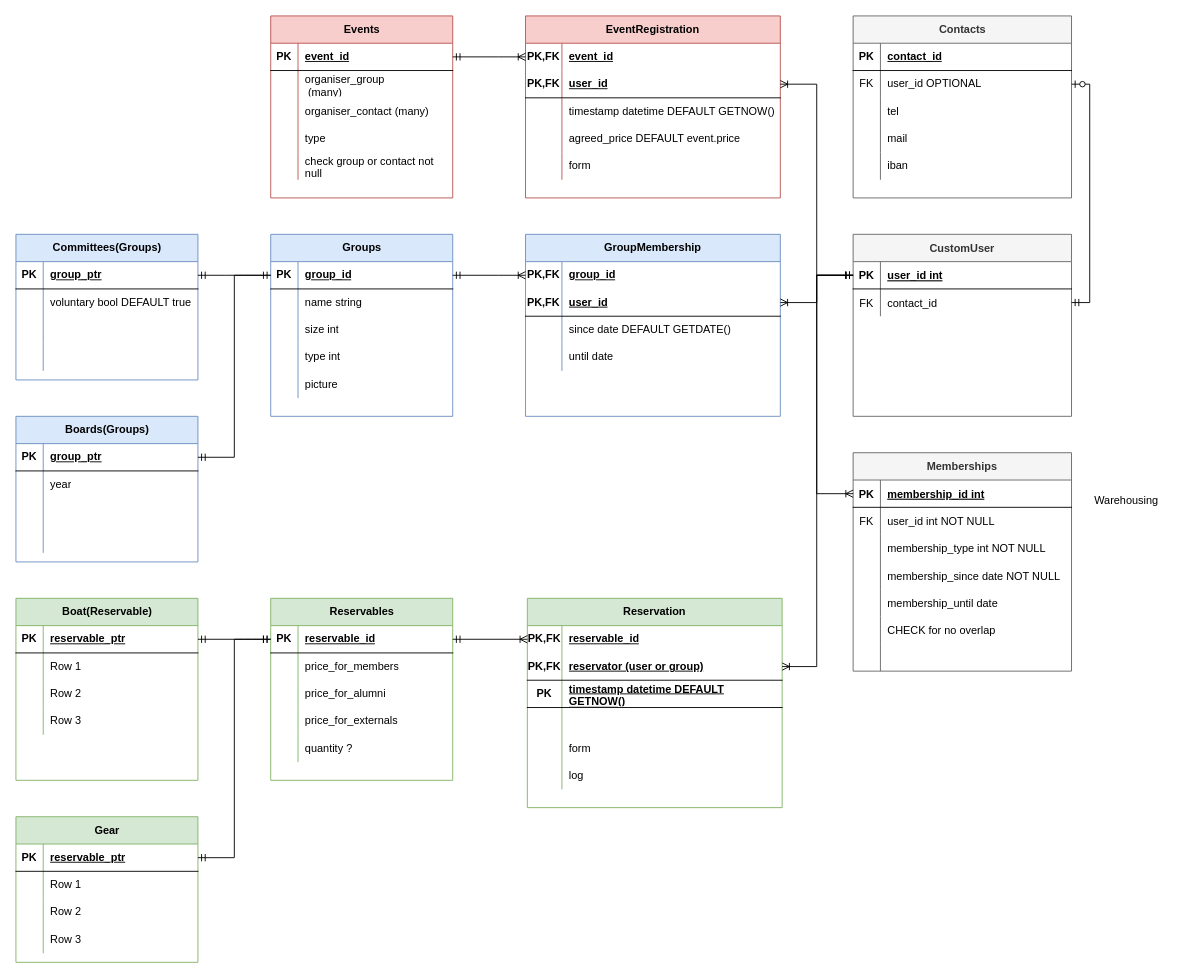
Earlier version of the draw.io diagram docs/entity_relation_diagram.drawio (SypTitan/loefsys). Source tidied: cells renumbered, new cells numbered last; positions are measured from the earlier drawing's top-left corner, leaving out a move shared by most shapes. Both pictures are drawn from the tidied source at 91%, with x=0, y=0 at pixel (15, 15).
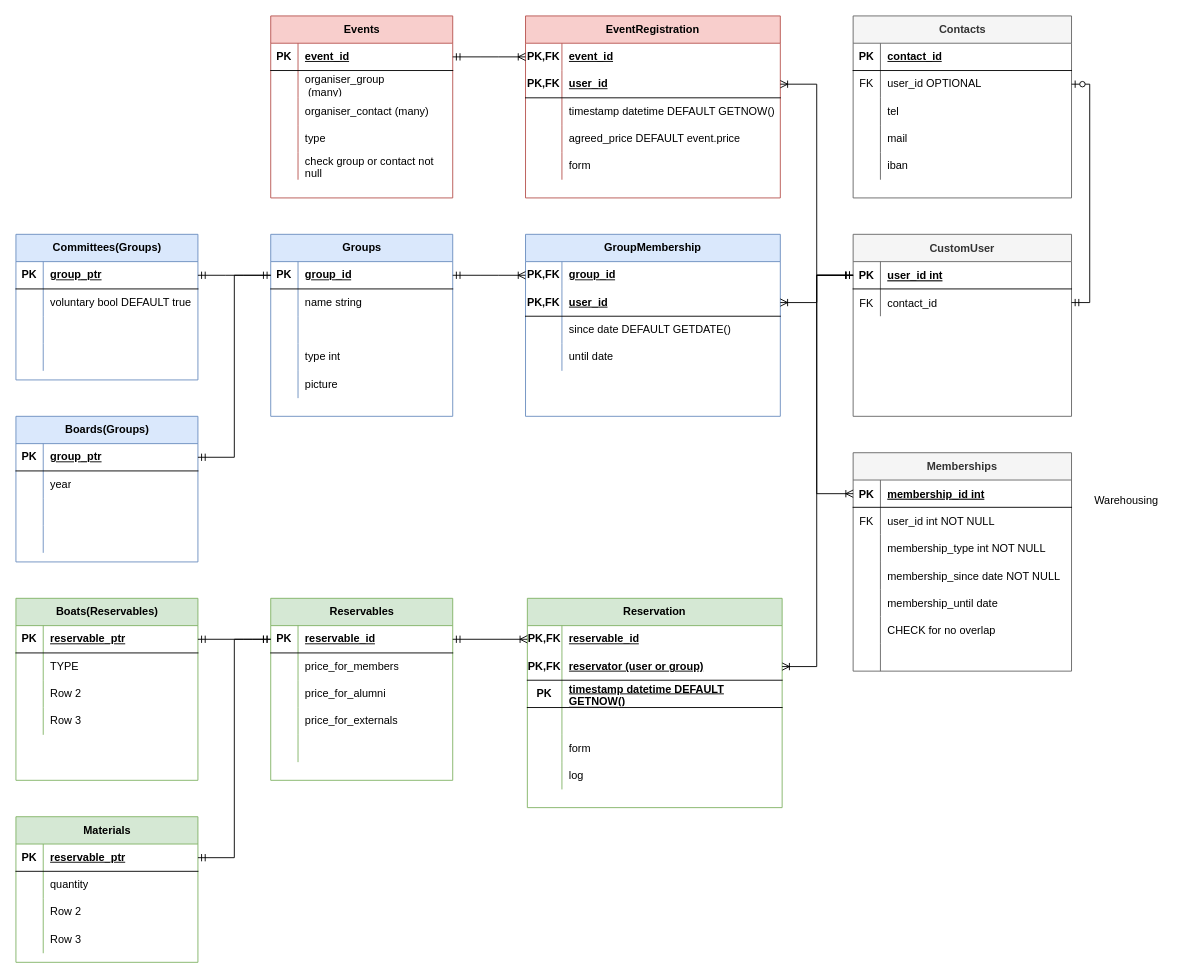
The same diagram, later.

Unchanged cells that the change refers to:
```xml
<mxCell id="38" style="shape=tableRow;horizontal=0;startSize=0;swimlaneHead=0;swimlaneBody=0;fillColor=none;top=0;left=0;right=0;bottom=0;" parent="31" vertex="1">
  <mxGeometry y="90" width="200" height="30" as="geometry" />
</mxCell>
<mxCell id="137" style="shape=tableRow;horizontal=0;startSize=0;swimlaneHead=0;swimlaneBody=0;fillColor=none;top=0;left=0;right=0;bottom=0;" parent="124" vertex="1">
  <mxGeometry y="150" width="200" height="30" as="geometry" />
</mxCell>
<mxCell id="166" style="shape=tableRow;horizontal=0;startSize=0;swimlaneHead=0;swimlaneBody=0;fillColor=none;top=0;left=0;right=0;bottom=0;" parent="162" vertex="1">
  <mxGeometry y="60" width="200" height="30" as="geometry" />
</mxCell>
<mxCell id="180" style="shape=tableRow;horizontal=0;startSize=0;swimlaneHead=0;swimlaneBody=0;fillColor=none;top=0;left=0;right=0;bottom=0;" parent="176" vertex="1">
  <mxGeometry y="60" width="200" height="30" as="geometry" />
</mxCell>
```

What changed in the source:
```diff
@@
-    <mxCell id="40" value="size int" style="shape=partialRectangle;fillColor=none;top=0;left=0;bottom=0;right=0;align=left;spacingLeft=6;overflow=hidden;whiteSpace=wrap;html=1;" parent="38" vertex="1">
+    <mxCell id="40" style="shape=partialRectangle;fillColor=none;top=0;left=0;bottom=0;right=0;align=left;spacingLeft=6;overflow=hidden;whiteSpace=wrap;html=1;" parent="38" vertex="1">
       <mxGeometry x="30" width="170" height="30" as="geometry" />
     </mxCell>
@@
-    <mxCell id="139" value="quantity ?&lt;br&gt;" style="shape=partialRectangle;fillColor=none;top=0;left=0;bottom=0;right=0;align=left;spacingLeft=6;overflow=hidden;whiteSpace=wrap;html=1;" parent="137" vertex="1">
+    <mxCell id="139" style="shape=partialRectangle;fillColor=none;top=0;left=0;bottom=0;right=0;align=left;spacingLeft=6;overflow=hidden;whiteSpace=wrap;html=1;" parent="137" vertex="1">
       <mxGeometry x="30" width="170" height="30" as="geometry" />
     </mxCell>
@@
-    <mxCell id="162" value="Boat(Reservable)" style="shape=table;startSize=30;childLayout=tableLayout;rowLines=0;fontStyle=1;align=center;html=1;fillColor=#d5e8d4;strokeColor=#82b366;" parent="1" vertex="1">
+    <mxCell id="162" value="Boats(Reservables)" style="shape=table;startSize=30;childLayout=tableLayout;rowLines=0;fontStyle=1;align=center;html=1;fillColor=#d5e8d4;strokeColor=#82b366;" parent="1" vertex="1">
       <mxGeometry y="640" width="200" height="200" as="geometry" />
     </mxCell>
@@
-    <mxCell id="168" value="Row 1" style="shape=partialRectangle;fillColor=none;top=0;left=0;bottom=0;right=0;align=left;spacingLeft=6;overflow=hidden;whiteSpace=wrap;html=1;" parent="166" vertex="1">
+    <mxCell id="168" value="TYPE" style="shape=partialRectangle;fillColor=none;top=0;left=0;bottom=0;right=0;align=left;spacingLeft=6;overflow=hidden;whiteSpace=wrap;html=1;" parent="166" vertex="1">
       <mxGeometry x="30" width="170" height="30" as="geometry" />
     </mxCell>
@@
-    <mxCell id="176" value="Gear" style="shape=table;startSize=30;childLayout=tableLayout;rowLines=0;fontStyle=1;align=center;html=1;fillColor=#d5e8d4;strokeColor=#82b366;" parent="1" vertex="1">
+    <mxCell id="176" value="Materials" style="shape=table;startSize=30;childLayout=tableLayout;rowLines=0;fontStyle=1;align=center;html=1;fillColor=#d5e8d4;strokeColor=#82b366;" parent="1" vertex="1">
       <mxGeometry y="880" width="200" height="160" as="geometry" />
     </mxCell>
@@
-    <mxCell id="182" value="Row 1" style="shape=partialRectangle;fillColor=none;top=0;left=0;bottom=0;right=0;align=left;spacingLeft=6;overflow=hidden;whiteSpace=wrap;html=1;" parent="180" vertex="1">
+    <mxCell id="182" value="quantity" style="shape=partialRectangle;fillColor=none;top=0;left=0;bottom=0;right=0;align=left;spacingLeft=6;overflow=hidden;whiteSpace=wrap;html=1;" parent="180" vertex="1">
       <mxGeometry x="30" width="170" height="30" as="geometry" />
     </mxCell>
```
